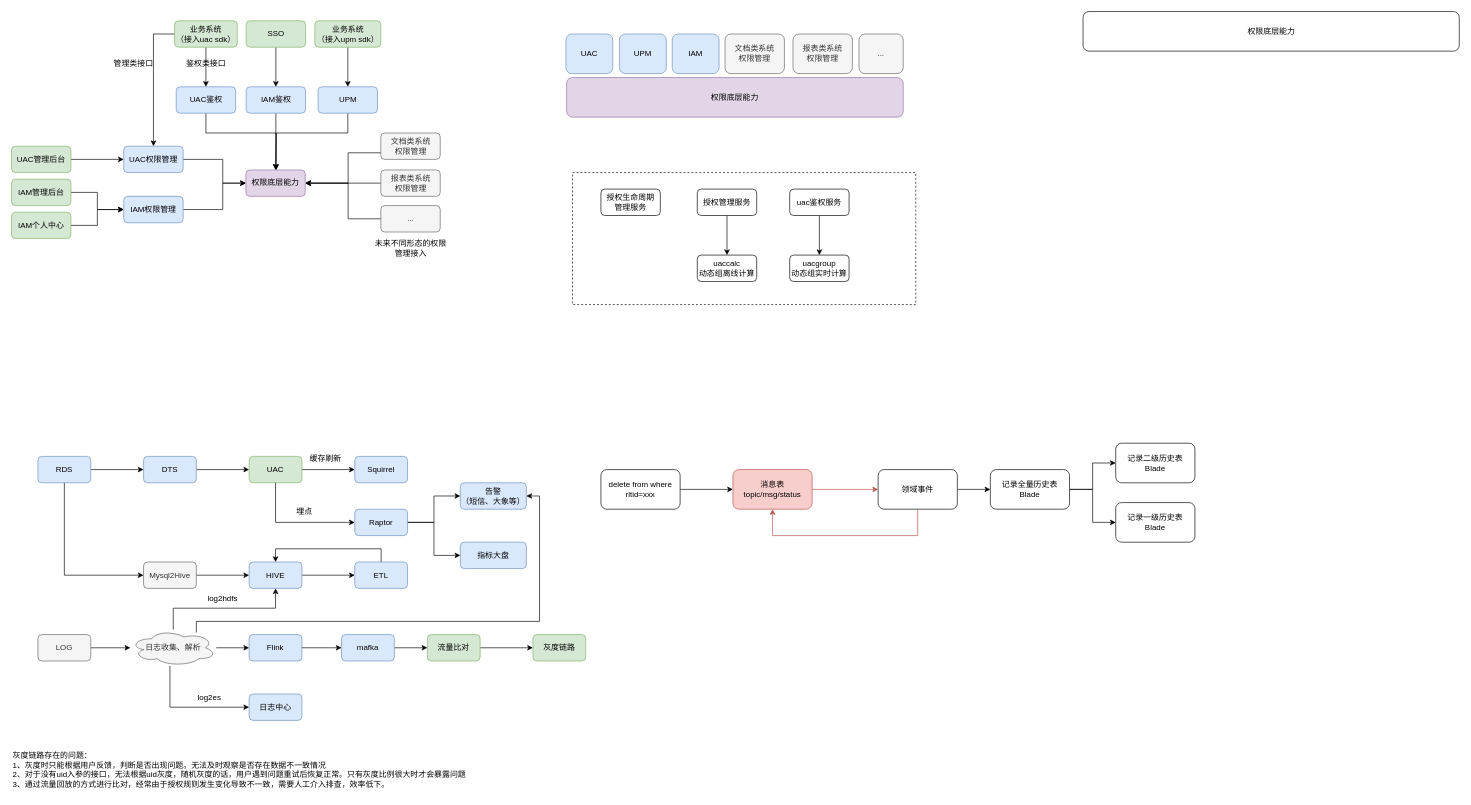
The draw.io diagram 架构.drawio in yamilinqh/spicedb, before the edit. Source tidied: cells renumbered, new cells numbered last; positions are measured from the earlier drawing's top-left corner, leaving out a move shared by most shapes. Both pictures are drawn from the tidied source at 66%, with x=0, y=0 at pixel (11, 11).
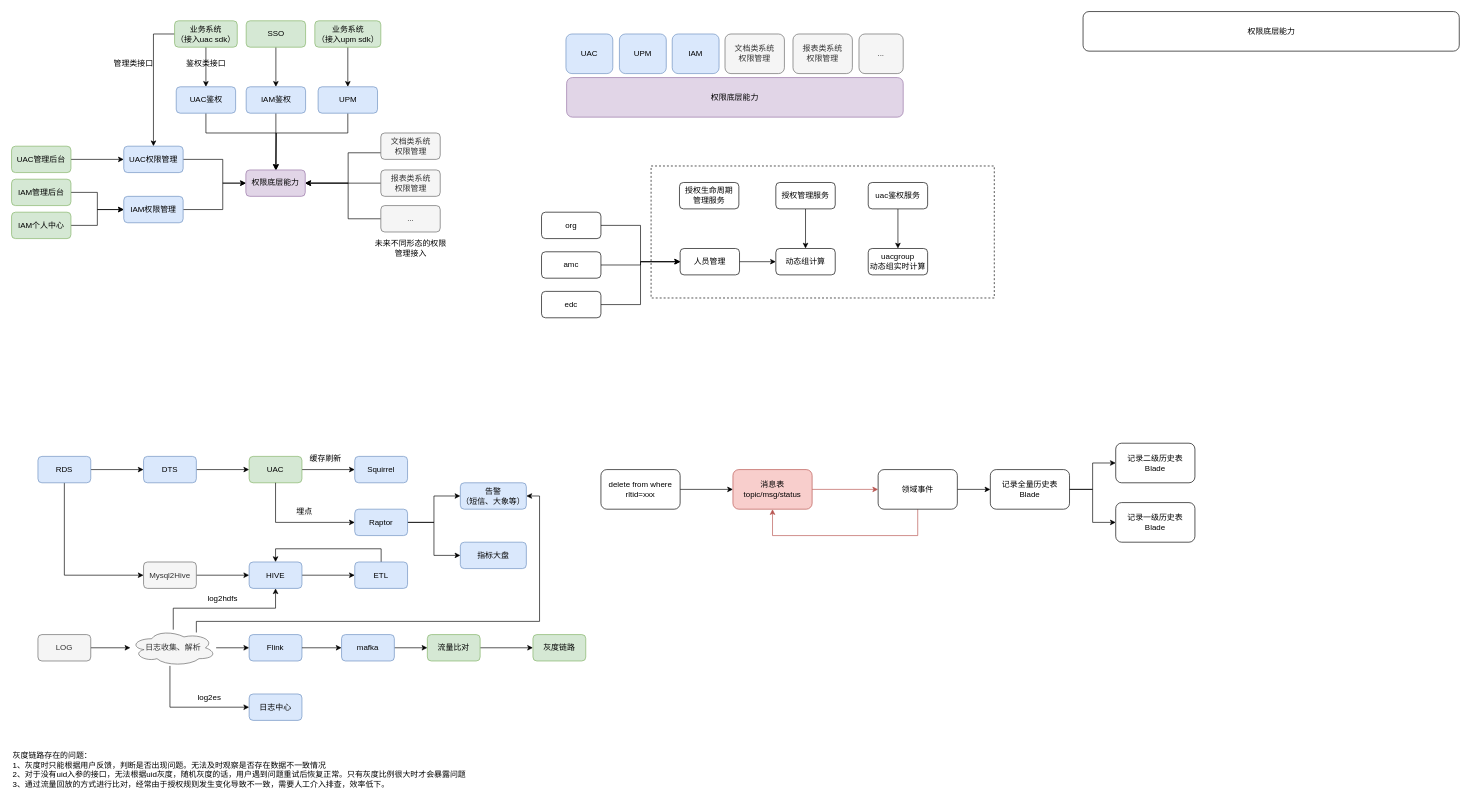
The same page after the edit.

What changed in the source:
```diff
@@
     <mxCell id="2" style="rounded=0;whiteSpace=wrap;html=1;dashed=1;" parent="1" vertex="1">
-      <mxGeometry x="850" y="244" width="520" height="200" as="geometry" />
+      <mxGeometry x="969" y="234" width="520" height="200" as="geometry" />
     </mxCell>
@@
-    <mxCell id="56" value="uaccalc&lt;br&gt;动态组离线计算" style="rounded=1;whiteSpace=wrap;html=1;" parent="1" vertex="1">
-      <mxGeometry x="1039" y="369" width="90" height="40" as="geometry" />
+    <mxCell id="56" value="动态组计算" style="rounded=1;whiteSpace=wrap;html=1;" parent="1" vertex="1">
+      <mxGeometry x="1158" y="359" width="90" height="40" as="geometry" />
     </mxCell>
     <mxCell id="57" value="uacgroup&lt;br&gt;动态组实时计算" style="rounded=1;whiteSpace=wrap;html=1;" parent="1" vertex="1">
-      <mxGeometry x="1179" y="369" width="90" height="40" as="geometry" />
+      <mxGeometry x="1298" y="359" width="90" height="40" as="geometry" />
     </mxCell>
@@
     <mxCell id="59" value="授权管理服务" style="rounded=1;whiteSpace=wrap;html=1;" parent="1" vertex="1">
-      <mxGeometry x="1039" y="269" width="90" height="40" as="geometry" />
+      <mxGeometry x="1158" y="259" width="90" height="40" as="geometry" />
     </mxCell>
@@
     <mxCell id="61" value="uac鉴权服务" style="rounded=1;whiteSpace=wrap;html=1;" parent="1" vertex="1">
-      <mxGeometry x="1179" y="269" width="90" height="40" as="geometry" />
+      <mxGeometry x="1298" y="259" width="90" height="40" as="geometry" />
     </mxCell>
     <mxCell id="62" value="授权生命周期&lt;br&gt;管理服务" style="rounded=1;whiteSpace=wrap;html=1;" parent="1" vertex="1">
-      <mxGeometry x="893" y="269" width="90" height="40" as="geometry" />
+      <mxGeometry x="1012" y="259" width="90" height="40" as="geometry" />
     </mxCell>
@@
+    <mxCell id="103" style="edgeStyle=orthogonalEdgeStyle;rounded=0;jettySize=auto;html=1;" parent="1" edge="1" source="104" target="56">
+      <mxGeometry relative="1" as="geometry" />
+    </mxCell>
+    <mxCell id="104" value="人员管理" style="rounded=1;whiteSpace=wrap;html=1;" parent="1" vertex="1">
+      <mxGeometry x="1013" y="359" width="90" height="40" as="geometry" />
+    </mxCell>
+    <mxCell id="105" style="edgeStyle=orthogonalEdgeStyle;rounded=0;jettySize=auto;html=1;entryX=0;entryY=0.5;entryDx=0;entryDy=0;" parent="1" edge="1" source="106" target="104">
+      <mxGeometry relative="1" as="geometry" />
+    </mxCell>
+    <mxCell id="106" value="org" style="rounded=1;whiteSpace=wrap;html=1;" parent="1" vertex="1">
+      <mxGeometry x="803" y="304" width="90" height="40" as="geometry" />
+    </mxCell>
+    <mxCell id="107" style="edgeStyle=orthogonalEdgeStyle;rounded=0;jettySize=auto;html=1;" parent="1" edge="1" source="108" target="104">
+      <mxGeometry relative="1" as="geometry" />
+    </mxCell>
+    <mxCell id="108" value="amc" style="rounded=1;whiteSpace=wrap;html=1;" parent="1" vertex="1">
+      <mxGeometry x="803" y="364" width="90" height="40" as="geometry" />
+    </mxCell>
+    <mxCell id="109" style="edgeStyle=orthogonalEdgeStyle;rounded=0;jettySize=auto;html=1;entryX=0;entryY=0.5;entryDx=0;entryDy=0;" parent="1" edge="1" source="110" target="104">
+      <mxGeometry relative="1" as="geometry" />
+    </mxCell>
+    <mxCell id="110" value="edc" style="rounded=1;whiteSpace=wrap;html=1;" parent="1" vertex="1">
+      <mxGeometry x="803" y="424" width="90" height="40" as="geometry" />
+    </mxCell>
```
